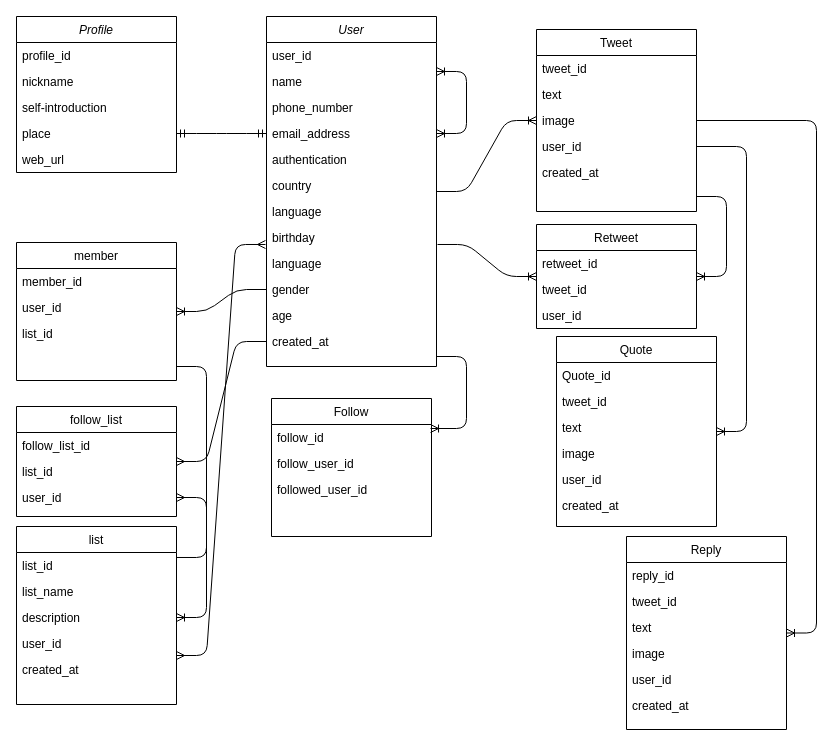
ShotaTsuru/ruby-practices keeps this draw.io diagram as Twitter_ER_diagrams.drawio. Above is the earlier version. Source tidied: cells renumbered, new cells numbered last; positions are measured from the earlier drawing's top-left corner, leaving out a move shared by most shapes. Both pictures are drawn from the tidied source at 100%, with x=0, y=0 at pixel (16, 16).
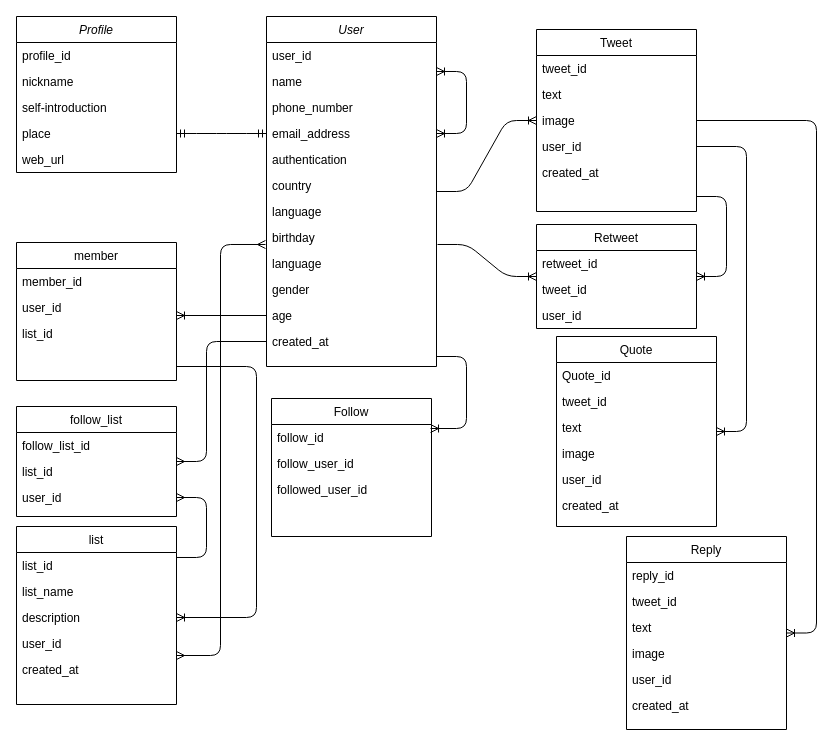
The same diagram, later.

The change refers to these unchanged cells:
```xml
<mxCell id="33" value="birthday" style="text;align=left;verticalAlign=top;spacingLeft=4;spacingRight=4;overflow=hidden;points=[[0,0.5],[1,0.5]];portConstraint=eastwest;" parent="25" vertex="1">
  <mxGeometry y="208" width="170" height="26" as="geometry" />
</mxCell>
<mxCell id="35" value="gender" style="text;align=left;verticalAlign=top;spacingLeft=4;spacingRight=4;overflow=hidden;points=[[0,0.5],[1,0.5]];portConstraint=eastwest;" parent="25" vertex="1">
  <mxGeometry y="260" width="170" height="26" as="geometry" />
</mxCell>
<mxCell id="36" value="age" style="text;align=left;verticalAlign=top;spacingLeft=4;spacingRight=4;overflow=hidden;points=[[0,0.5],[1,0.5]];portConstraint=eastwest;" parent="25" vertex="1">
  <mxGeometry y="286" width="170" height="26" as="geometry" />
</mxCell>
<mxCell id="37" value="created_at" style="text;align=left;verticalAlign=top;spacingLeft=4;spacingRight=4;overflow=hidden;points=[[0,0.5],[1,0.5]];portConstraint=eastwest;" parent="25" vertex="1">
  <mxGeometry y="312" width="170" height="26" as="geometry" />
</mxCell>
<mxCell id="42" value="description" style="text;align=left;verticalAlign=top;spacingLeft=4;spacingRight=4;overflow=hidden;points=[[0,0.5],[1,0.5]];portConstraint=eastwest;rounded=0;shadow=0;html=0;" parent="39" vertex="1">
  <mxGeometry y="78" width="160" height="26" as="geometry" />
</mxCell>
<mxCell id="47" value="member" style="swimlane;fontStyle=0;align=center;verticalAlign=top;horizontal=1;startSize=26;rounded=0;shadow=0;strokeWidth=1;" parent="1" vertex="1">
  <mxGeometry y="226" width="160" height="138" as="geometry" />
</mxCell>
<mxCell id="62" value="follow_list" style="swimlane;fontStyle=0;align=center;verticalAlign=top;horizontal=1;startSize=26;rounded=0;shadow=0;strokeWidth=1;" parent="1" vertex="1">
  <mxGeometry y="390" width="160" height="110" as="geometry" />
</mxCell>
```

What changed in the source:
```diff
@@
-    <mxCell id="46" style="edgeStyle=entityRelationEdgeStyle;fontSize=12;html=1;endArrow=ERmany;startArrow=ERmany;entryX=-0.006;entryY=0.769;entryDx=0;entryDy=0;entryPerimeter=0;" parent="1" edge="1" target="33">
+    <mxCell id="46" style="edgeStyle=elbowEdgeStyle;fontSize=12;html=1;endArrow=ERmany;startArrow=ERmany;entryX=-0.006;entryY=0.769;entryDx=0;entryDy=0;entryPerimeter=0;" parent="1" edge="1" target="33">
       <mxGeometry relative="1" as="geometry">
         <mxPoint x="160" y="639" as="sourcePoint" />
       </mxGeometry>
     </mxCell>
@@
-    <mxCell id="51" style="edgeStyle=entityRelationEdgeStyle;fontSize=12;html=1;endArrow=ERoneToMany;" parent="1" edge="1" target="42">
-      <mxGeometry relative="1" as="geometry">
-        <mxPoint x="160" y="350" as="sourcePoint" />
-      </mxGeometry>
-    </mxCell>
-    <mxCell id="52" style="edgeStyle=entityRelationEdgeStyle;fontSize=12;html=1;endArrow=ERoneToMany;exitX=0;exitY=0.5;exitDx=0;exitDy=0;" parent="1" edge="1" source="35" target="47">
-      <mxGeometry relative="1" as="geometry" />
+    <mxCell id="52" style="fontSize=12;html=1;endArrow=ERoneToMany;" parent="1" edge="1" source="36">
+      <mxGeometry relative="1" as="geometry">
+        <mxPoint x="160" y="299" as="targetPoint" />
+      </mxGeometry>
     </mxCell>
@@
-    <mxCell id="67" style="edgeStyle=entityRelationEdgeStyle;fontSize=12;html=1;endArrow=ERmany;exitX=0;exitY=0.5;exitDx=0;exitDy=0;" parent="1" edge="1" source="37" target="62">
-      <mxGeometry relative="1" as="geometry" />
+    <mxCell id="67" style="edgeStyle=elbowEdgeStyle;fontSize=12;html=1;endArrow=ERmany;exitX=0;exitY=0.5;exitDx=0;exitDy=0;" parent="1" edge="1" source="37" target="62">
+      <mxGeometry relative="1" as="geometry">
+        <Array as="points">
+          <mxPoint x="190" y="380" />
+        </Array>
+      </mxGeometry>
     </mxCell>
@@
+    <mxCell id="51" style="edgeStyle=elbowEdgeStyle;fontSize=12;html=1;endArrow=ERoneToMany;" parent="1" edge="1" target="42">
+      <mxGeometry relative="1" as="geometry">
+        <mxPoint x="160" y="350" as="sourcePoint" />
+        <Array as="points">
+          <mxPoint x="240" y="470" />
+        </Array>
+      </mxGeometry>
+    </mxCell>
```
